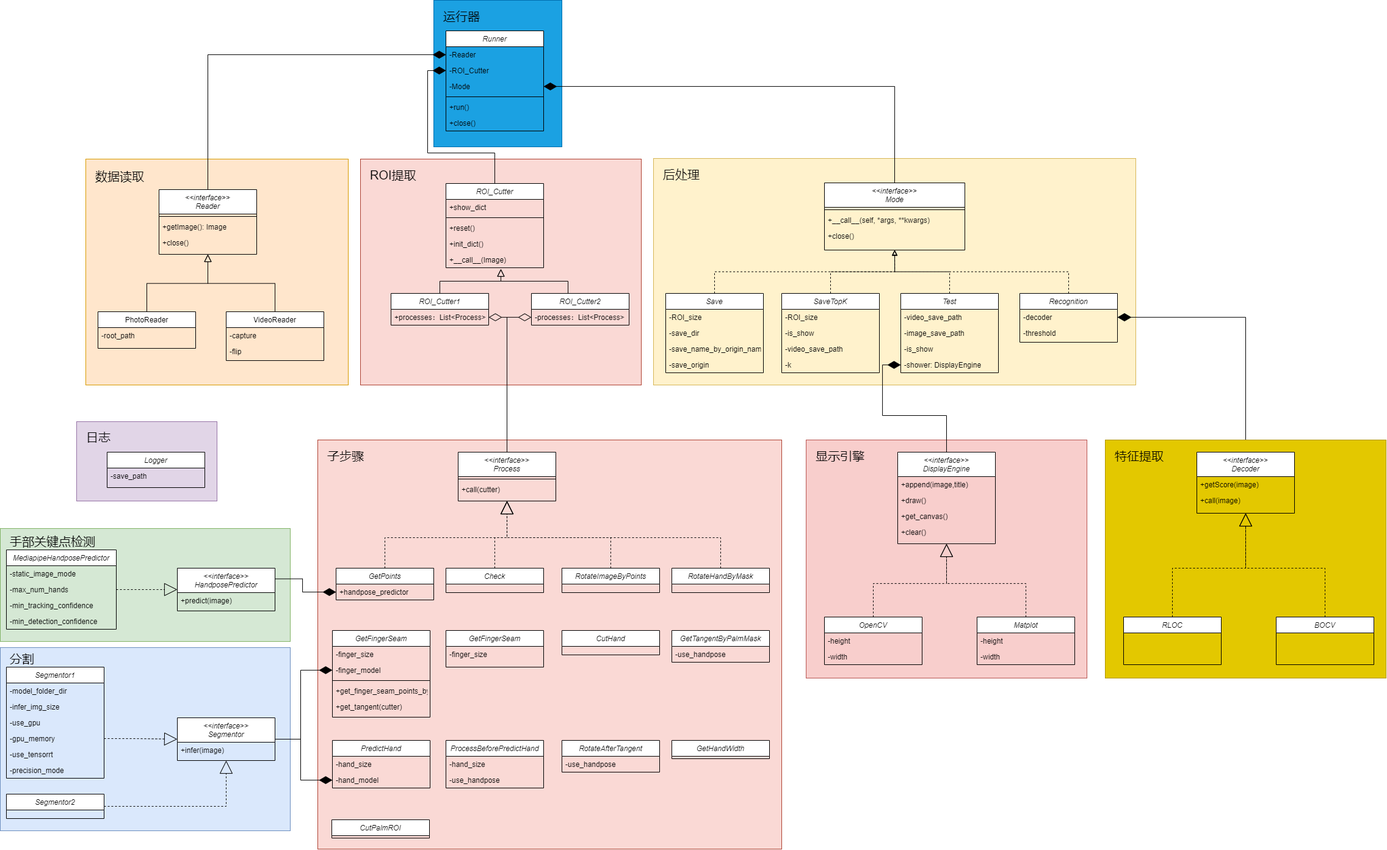
Before: 掌纹ROI提取类图.drawio.png, a diagram exported from draw.io (AlwaysGemini/Image). Source tidied: cells renumbered, new cells last; positions are measured from the earlier drawing's top-left corner, leaving out a move shared by most shapes.
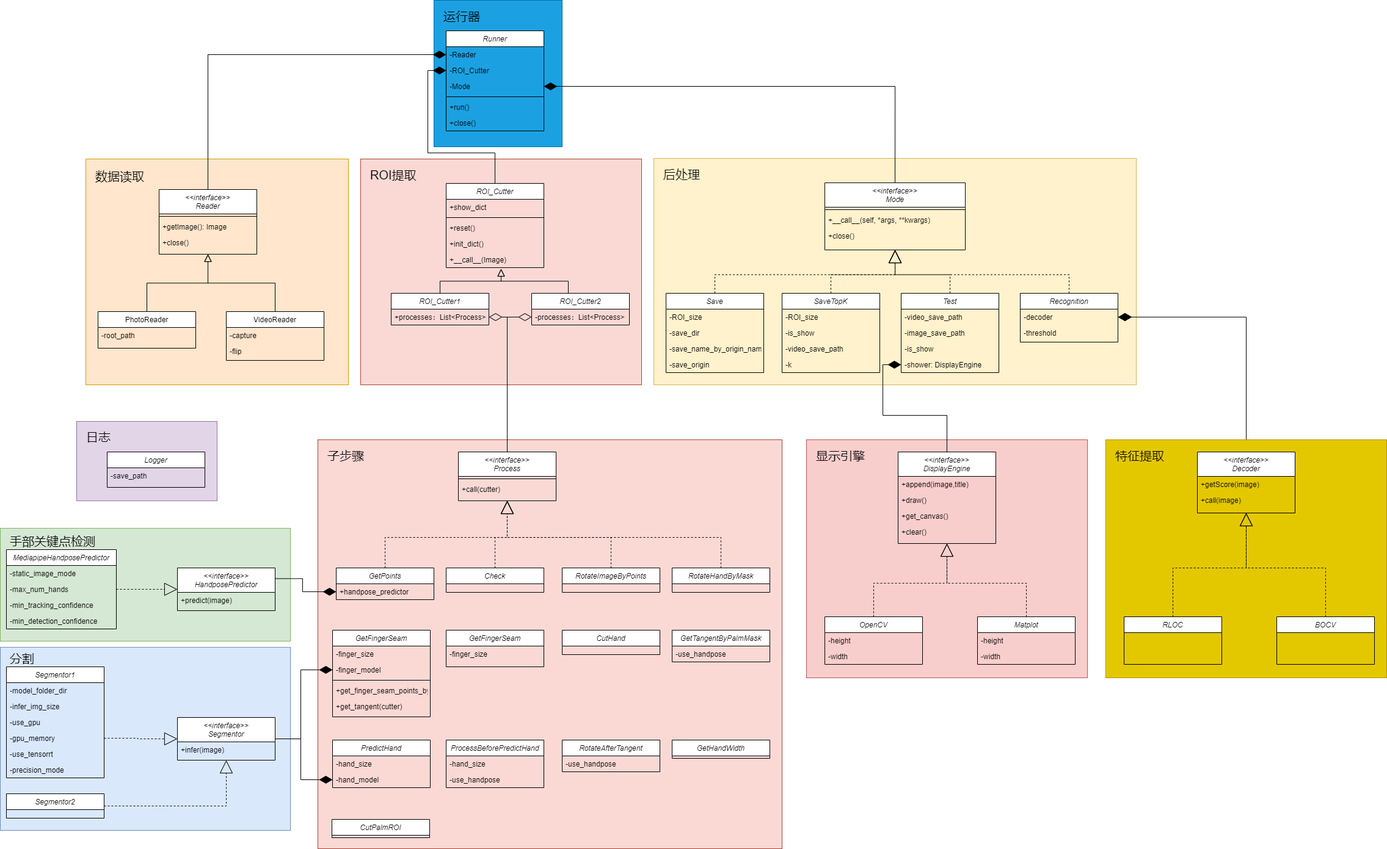
After the commit.

Commit message:
更新掌纹ROI提取类图.drawio.png

The edit, as a diff of the source:
```diff
@@ -119,7 +119,7 @@
     <mxCell id="40" value="+close()" style="text;align=left;verticalAlign=top;spacingLeft=4;spacingRight=4;overflow=hidden;rounded=0;" parent="34" vertex="1">
       <mxGeometry y="138" width="160" height="26" as="geometry" />
     </mxCell>
-    <mxCell id="41" style="edgeStyle=orthogonalEdgeStyle;rounded=0;jettySize=auto;html=1;exitX=0.5;exitY=0;exitDx=0;exitDy=0;entryX=0.5;entryY=1;entryDx=0;entryDy=0;dashed=1;endArrow=block;endFill=0;" parent="1" edge="1" source="42" target="30">
+    <mxCell id="41" style="edgeStyle=orthogonalEdgeStyle;rounded=0;jettySize=auto;html=1;exitX=0.5;exitY=0;exitDx=0;exitDy=0;entryX=0.5;entryY=1;entryDx=0;entryDy=0;dashed=1;endArrow=block;endFill=0;endSize=19;" parent="1" edge="1" source="42" target="30">
       <mxGeometry relative="1" as="geometry" />
     </mxCell>
     <mxCell id="42" value="Save" style="swimlane;fontStyle=2;align=center;verticalAlign=top;horizontal=1;startSize=26;rounded=0;shadow=0;strokeWidth=1;" parent="1" vertex="1">
@@ -137,7 +137,7 @@
     <mxCell id="46" value="-save_origin" style="text;align=left;verticalAlign=top;spacingLeft=4;spacingRight=4;overflow=hidden;rounded=0;" parent="42" vertex="1">
       <mxGeometry y="104" width="160" height="26" as="geometry" />
     </mxCell>
-    <mxCell id="47" style="edgeStyle=orthogonalEdgeStyle;rounded=0;jettySize=auto;html=1;exitX=0.5;exitY=0;exitDx=0;exitDy=0;entryX=0.5;entryY=1;entryDx=0;entryDy=0;dashed=1;endArrow=block;endFill=0;" parent="1" edge="1" source="48" target="30">
+    <mxCell id="47" style="edgeStyle=orthogonalEdgeStyle;rounded=0;jettySize=auto;html=1;exitX=0.5;exitY=0;exitDx=0;exitDy=0;entryX=0.5;entryY=1;entryDx=0;entryDy=0;dashed=1;endArrow=block;endFill=0;endSize=19;" parent="1" edge="1" source="48" target="30">
       <mxGeometry relative="1" as="geometry" />
     </mxCell>
     <mxCell id="48" value="SaveTopK" style="swimlane;fontStyle=2;align=center;verticalAlign=top;horizontal=1;startSize=26;rounded=0;shadow=0;strokeWidth=1;" parent="1" vertex="1">
@@ -155,7 +155,7 @@
     <mxCell id="52" value="-k" style="text;align=left;verticalAlign=top;spacingLeft=4;spacingRight=4;overflow=hidden;rounded=0;" parent="48" vertex="1">
       <mxGeometry y="104" width="160" height="26" as="geometry" />
     </mxCell>
-    <mxCell id="53" style="edgeStyle=orthogonalEdgeStyle;rounded=0;jettySize=auto;html=1;exitX=0.5;exitY=0;exitDx=0;exitDy=0;entryX=0.5;entryY=1;entryDx=0;entryDy=0;dashed=1;endArrow=block;endFill=0;" parent="1" edge="1" source="54" target="30">
+    <mxCell id="53" style="edgeStyle=orthogonalEdgeStyle;rounded=0;jettySize=auto;html=1;exitX=0.5;exitY=0;exitDx=0;exitDy=0;entryX=0.5;entryY=1;entryDx=0;entryDy=0;dashed=1;endArrow=block;endFill=0;endSize=19;" parent="1" edge="1" source="54" target="30">
       <mxGeometry relative="1" as="geometry" />
     </mxCell>
     <mxCell id="54" value="Test" style="swimlane;fontStyle=2;align=center;verticalAlign=top;horizontal=1;startSize=26;rounded=0;shadow=0;strokeWidth=1;" parent="1" vertex="1">
@@ -461,7 +461,7 @@
     <mxCell id="148" value="子步骤" style="text;strokeColor=none;fillColor=none;align=left;verticalAlign=middle;spacingLeft=4;spacingRight=4;overflow=hidden;opacity=0;fontSize=20;" parent="1" vertex="1">
       <mxGeometry x="530" y="730" width="80" height="30" as="geometry" />
     </mxCell>
-    <mxCell id="149" style="edgeStyle=orthogonalEdgeStyle;rounded=0;jettySize=auto;html=1;exitX=0.5;exitY=0;exitDx=0;exitDy=0;dashed=1;endArrow=block;endFill=0;endSize=7;" parent="1" edge="1" source="150" target="30">
+    <mxCell id="149" style="edgeStyle=orthogonalEdgeStyle;rounded=0;jettySize=auto;html=1;exitX=0.5;exitY=0;exitDx=0;exitDy=0;dashed=1;endArrow=block;endFill=0;endSize=19;" parent="1" edge="1" source="150" target="30">
       <mxGeometry relative="1" as="geometry" />
     </mxCell>
     <mxCell id="150" value="Recognition" style="swimlane;fontStyle=2;align=center;verticalAlign=top;horizontal=1;startSize=26;rounded=0;shadow=0;strokeWidth=1;" parent="1" vertex="1">
```
